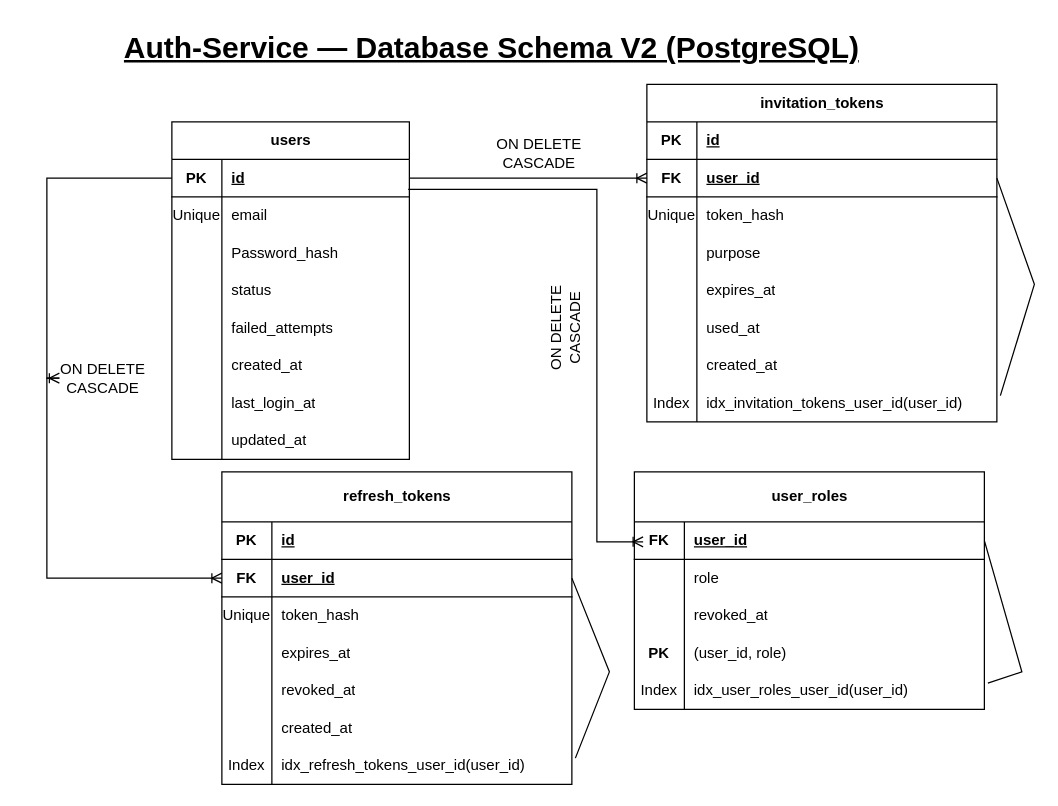
This is docs/drawio/db-auth-v2.drawio from Balde01/SportDataPlatform, a draw.io file, before an edit. Source tidied: cells renumbered, new cells numbered last; positions are measured from the earlier drawing's top-left corner, leaving out a move shared by most shapes. Both pictures are drawn from the tidied source at 125%, with x=0, y=0 at pixel (59, 21).
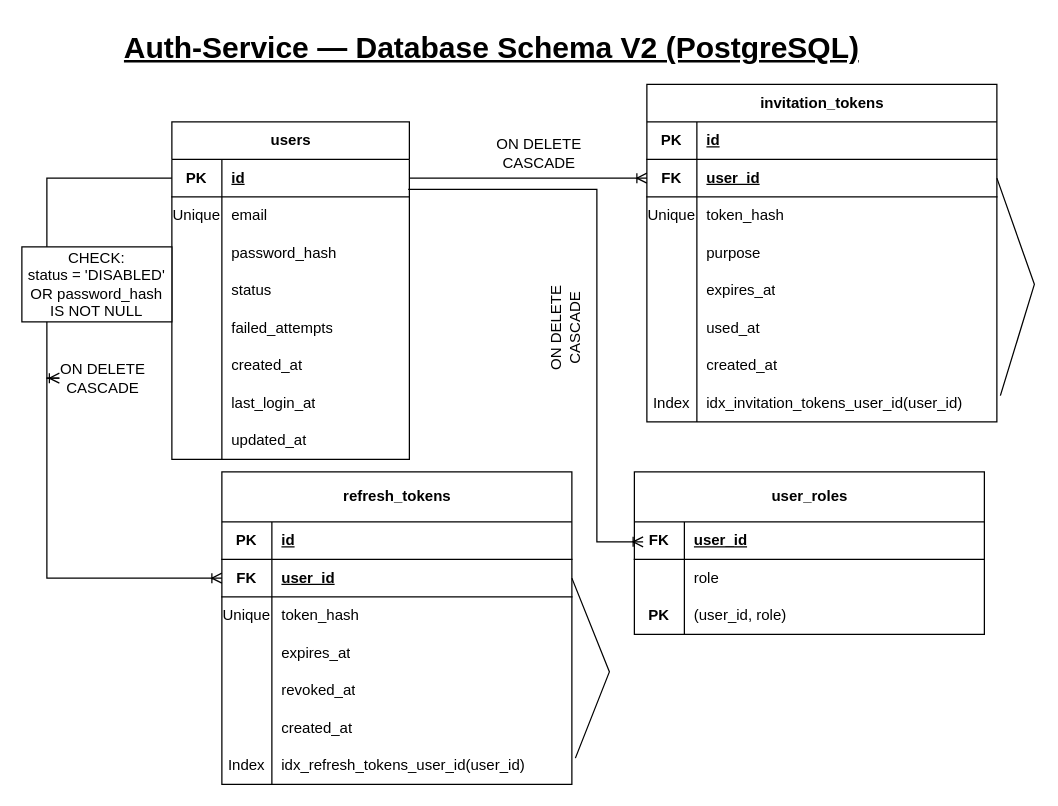
The same page after the edit.

Commit message (it also covers changes not shown here):
docs(auth): update PostgreSQL schema diagram

Unchanged cells that the change refers to:
```xml
<mxCell id="9" style="shape=tableRow;horizontal=0;startSize=0;swimlaneHead=0;swimlaneBody=0;fillColor=none;top=0;left=0;right=0;bottom=0;" parent="2" vertex="1">
  <mxGeometry y="90" width="190" height="30" as="geometry" />
</mxCell>
<mxCell id="83" style="shape=tableRow;horizontal=0;startSize=0;swimlaneHead=0;swimlaneBody=0;fillColor=none;points=[[0,0.5],[1,0.5]];portConstraint=eastwest;top=0;left=0;right=0;bottom=1;" parent="82" vertex="1">
  <mxGeometry y="40" width="280" height="30" as="geometry" />
</mxCell>
```

What changed in the source:
```diff
@@
-    <mxCell id="11" value="Password_hash" style="shape=partialRectangle;fillColor=none;top=0;left=0;bottom=0;right=0;align=left;spacingLeft=6;overflow=hidden;whiteSpace=wrap;html=1;" parent="9" vertex="1">
+    <mxCell id="11" value="password_hash" style="shape=partialRectangle;fillColor=none;top=0;left=0;bottom=0;right=0;align=left;spacingLeft=6;overflow=hidden;whiteSpace=wrap;html=1;" parent="9" vertex="1">
       <mxGeometry x="40" width="150" height="30" as="geometry" />
     </mxCell>
@@
     <mxCell id="82" value="user_roles" style="shape=table;startSize=40;childLayout=tableLayout;rowLines=0;fontStyle=1;align=center;html=1;" parent="1" vertex="1">
-      <mxGeometry x="460" y="360" width="280" height="190" as="geometry" />
+      <mxGeometry x="460" y="360" width="280" height="130" as="geometry" />
     </mxCell>
@@
-    <mxCell id="89" style="shape=tableRow;horizontal=0;startSize=0;swimlaneHead=0;swimlaneBody=0;fillColor=none;top=0;left=0;right=0;bottom=0;" parent="82" vertex="1">
-      <mxGeometry y="100" width="280" height="30" as="geometry" />
-    </mxCell>
-    <mxCell id="90" style="shape=partialRectangle;fillColor=none;top=0;left=0;bottom=0;right=0;overflow=hidden;whiteSpace=wrap;html=1;" parent="89" vertex="1">
-      <mxGeometry width="40" height="30" as="geometry" />
-    </mxCell>
-    <mxCell id="91" value="revoked_at" style="shape=partialRectangle;fillColor=none;top=0;left=0;bottom=0;right=0;align=left;spacingLeft=6;overflow=hidden;whiteSpace=wrap;html=1;" parent="89" vertex="1">
-      <mxGeometry x="40" width="240" height="30" as="geometry" />
-    </mxCell>
     <mxCell id="92" style="shape=tableRow;horizontal=0;startSize=0;swimlaneHead=0;swimlaneBody=0;fillColor=none;top=0;left=0;right=0;bottom=0;" parent="82" vertex="1">
-      <mxGeometry y="130" width="280" height="30" as="geometry" />
+      <mxGeometry y="100" width="280" height="30" as="geometry" />
     </mxCell>
@@
-    <mxCell id="95" style="shape=tableRow;horizontal=0;startSize=0;swimlaneHead=0;swimlaneBody=0;fillColor=none;points=[[0,0.5],[1,0.5]];portConstraint=eastwest;top=0;left=0;right=0;bottom=0;" parent="82" vertex="1">
-      <mxGeometry y="160" width="280" height="30" as="geometry" />
-    </mxCell>
-    <mxCell id="96" value="Index" style="shape=partialRectangle;fillColor=none;top=0;left=0;bottom=0;right=0;overflow=hidden;whiteSpace=wrap;html=1;" parent="95" vertex="1">
-      <mxGeometry width="40" height="30" as="geometry" />
-    </mxCell>
-    <mxCell id="97" value="idx_user_roles_user_id(user_id)" style="shape=partialRectangle;fillColor=none;top=0;left=0;bottom=0;right=0;align=left;spacingLeft=6;overflow=hidden;whiteSpace=wrap;html=1;" parent="95" vertex="1">
-      <mxGeometry x="40" width="240" height="30" as="geometry" />
-    </mxCell>
-    <mxCell id="98" style="endArrow=none;html=1;rounded=0;exitX=1.01;exitY=0.3;exitDx=0;exitDy=0;exitPerimeter=0;entryX=1;entryY=0.5;entryDx=0;entryDy=0;" parent="82" edge="1" source="95" target="83">
-      <mxGeometry relative="1" as="geometry">
-        <Array as="points">
-          <mxPoint x="310" y="160" />
-        </Array>
-      </mxGeometry>
-    </mxCell>
     <mxCell id="99" value="PK" style="shape=partialRectangle;fillColor=none;top=0;left=0;bottom=0;right=0;fontStyle=1;overflow=hidden;whiteSpace=wrap;html=1;" parent="1" vertex="1">
-      <mxGeometry x="460" y="490" width="40" height="30" as="geometry" />
+      <mxGeometry x="460" y="460" width="40" height="30" as="geometry" />
     </mxCell>
@@
+    <mxCell id="102" value="&lt;div&gt;CHECK:&lt;/div&gt;&lt;div&gt;status = 'DISABLED'&lt;/div&gt;&lt;div&gt;OR password_hash IS NOT NULL&lt;/div&gt;" style="rounded=0;whiteSpace=wrap;html=1;fillColor=default;horizontal=1;" parent="1" vertex="1">
+      <mxGeometry x="-30" y="180" width="120" height="60" as="geometry" />
+    </mxCell>
```
